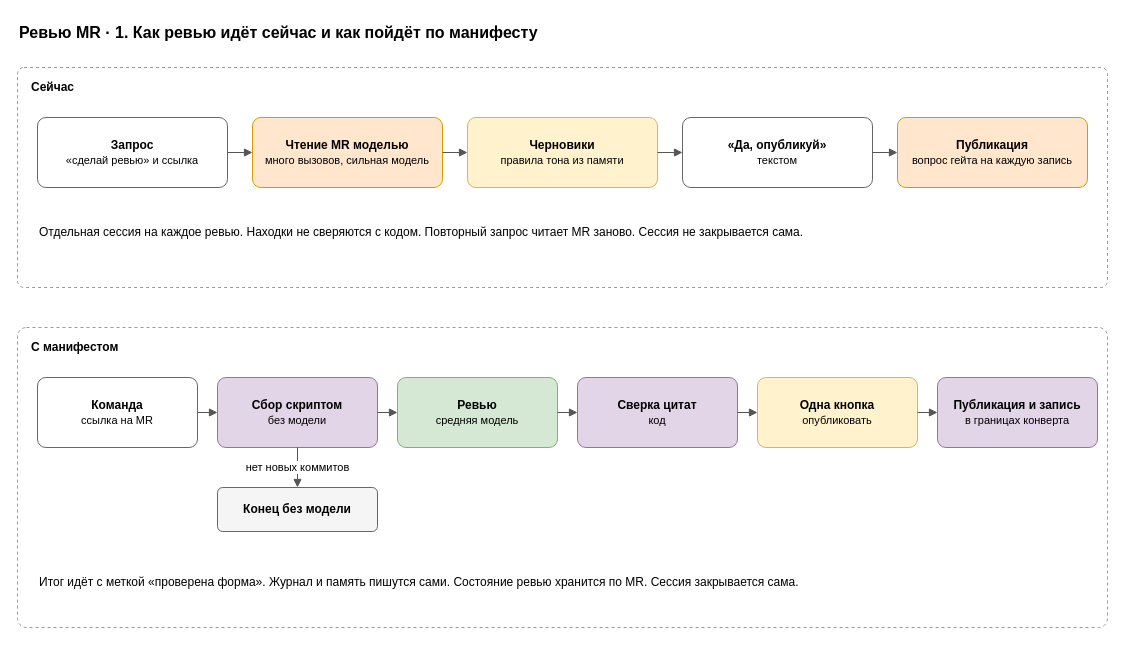
This is page "1. Сейчас и с манифестом" (1 of 7) of docs/spec/harness-instance-mr-review.drawio from roygkov/reins, a draw.io file, before an edit. Source tidied: cells renumbered, new cells numbered last; positions are measured from the earlier drawing's top-left corner, leaving out a move shared by most shapes. Both pictures are drawn from the tidied source at 100%, with x=0, y=0 at pixel (17, 17).
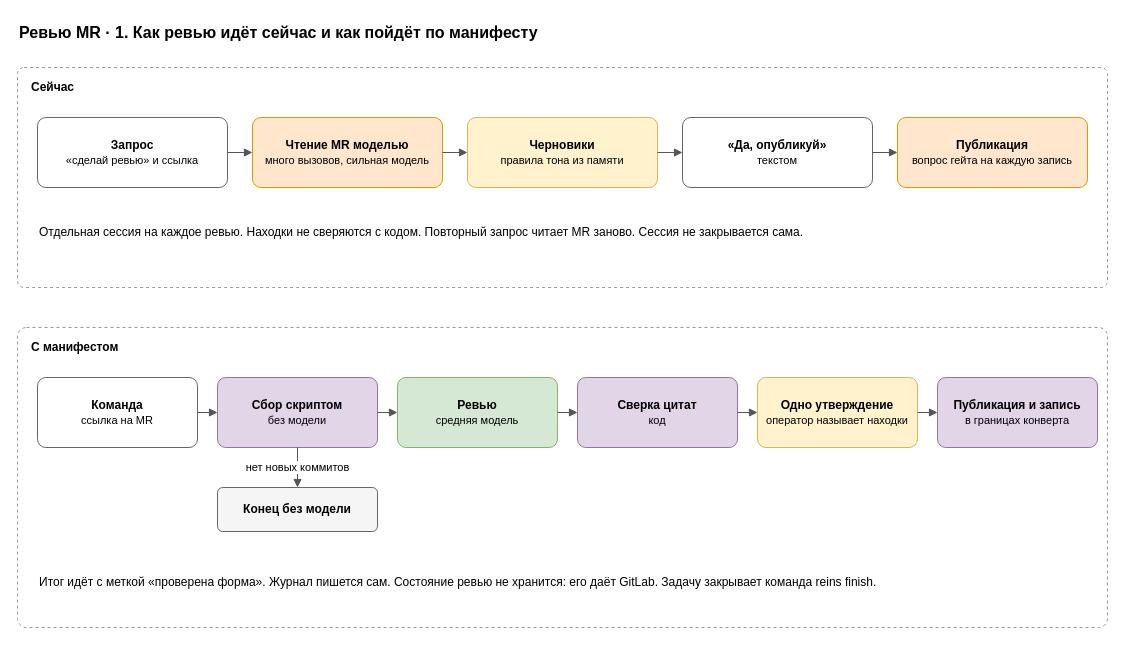
The same page after the edit.

What changed in the source:
```diff
@@
-    <mxCell id="22" value="&lt;b&gt;Одна кнопка&lt;/b&gt;&lt;br&gt;&lt;font style=&quot;font-size:11px&quot;&gt;опубликовать&lt;/font&gt;" style="rounded=1;whiteSpace=wrap;html=1;fillColor=#fff2cc;strokeColor=#d6b656;arcSize=12;" parent="1" vertex="1">
+    <mxCell id="22" value="&lt;b&gt;Одно утверждение&lt;/b&gt;&lt;br&gt;&lt;font style=&quot;font-size:11px&quot;&gt;оператор называет находки&lt;/font&gt;" style="rounded=1;whiteSpace=wrap;html=1;fillColor=#fff2cc;strokeColor=#d6b656;arcSize=12;" parent="1" vertex="1">
       <mxGeometry x="740" y="360" width="160" height="70" as="geometry" />
     </mxCell>
@@
-    <mxCell id="28" value="Итог идёт с меткой «проверена форма». Журнал и память пишутся сами. Состояние ревью хранится по MR. Сессия закрывается сама." style="text;html=1;align=left;verticalAlign=middle;whiteSpace=wrap;fontSize=12;strokeColor=none;fillColor=none;" parent="1" vertex="1">
+    <mxCell id="28" value="Итог идёт с меткой «проверена форма». Журнал пишется сам. Состояние ревью не хранится: его даёт GitLab. Задачу закрывает команда reins finish." style="text;html=1;align=left;verticalAlign=middle;whiteSpace=wrap;fontSize=12;strokeColor=none;fillColor=none;" parent="1" vertex="1">
       <mxGeometry x="20" y="540" width="1050" height="50" as="geometry" />
     </mxCell>
```
